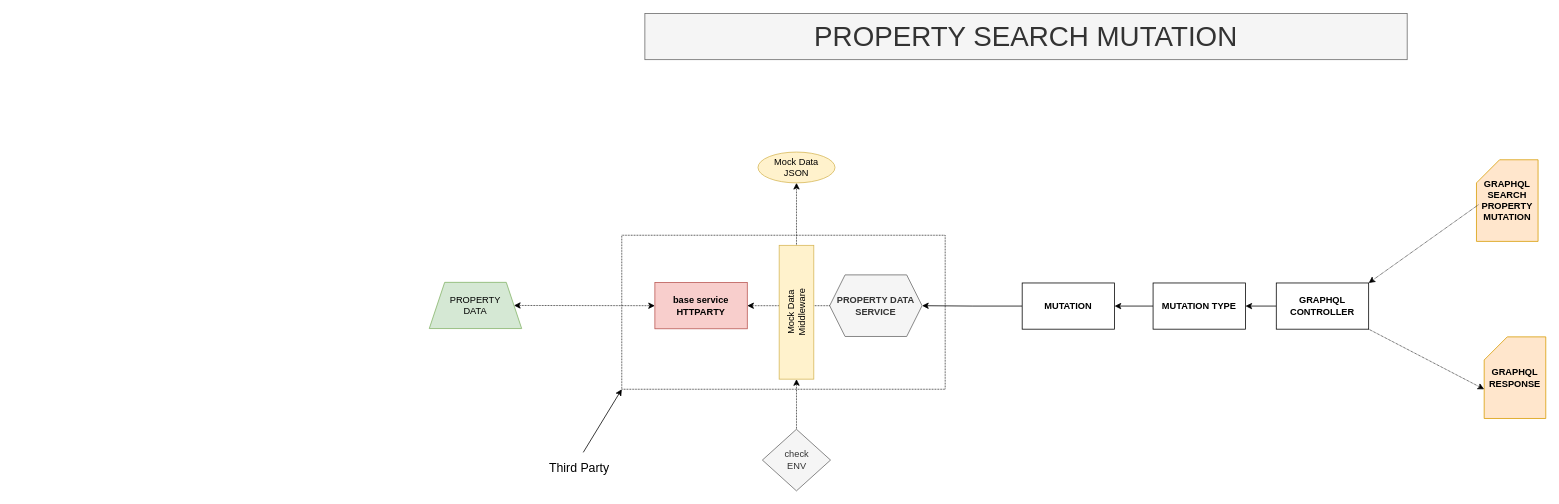
Before: page "Property Search Mock" (2 of 4) of devops/property-dealer.drawio in kingsley-ijomah/draw.io, a draw.io diagram. Source tidied: cells renumbered, new cells numbered last; positions are measured from the earlier drawing's top-left corner, leaving out a move shared by most shapes. Both pictures are drawn from the tidied source at 77%, with x=0, y=0 at pixel (429, 13).
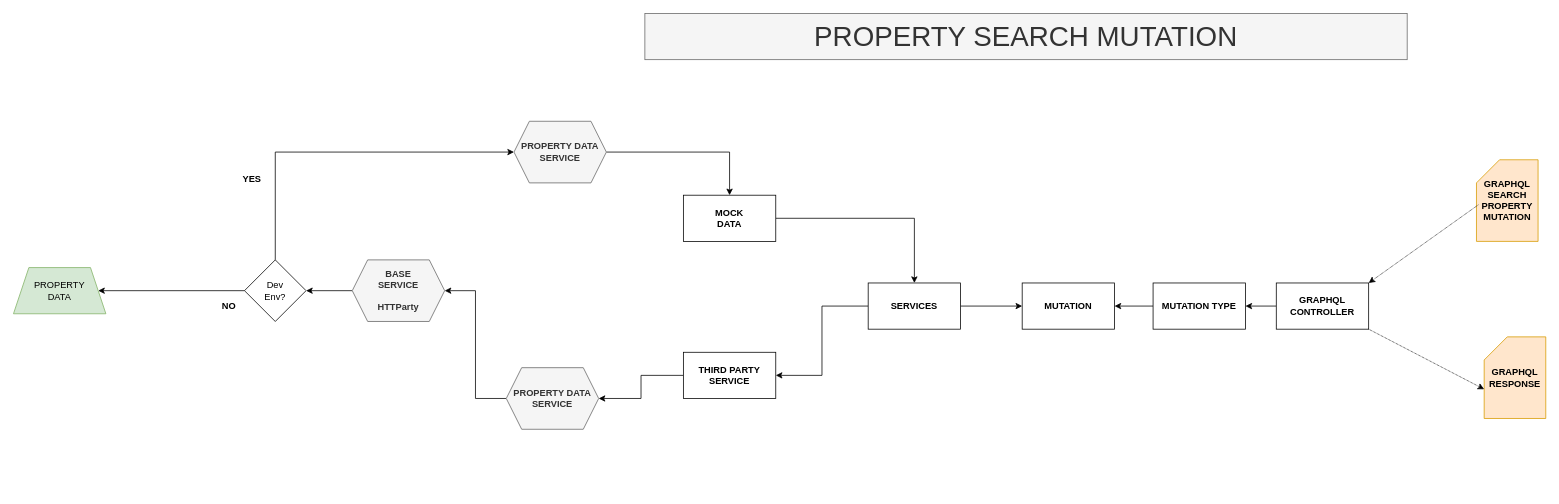
After the change.

The change refers to these unchanged cells:
```xml
<mxCell id="21" value="&lt;div&gt;&lt;b style=&quot;background-color: initial;&quot;&gt;MUTATION&lt;/b&gt;&lt;br&gt;&lt;/div&gt;" style="rounded=0;whiteSpace=wrap;html=1;" parent="1" vertex="1">
  <mxGeometry x="770" y="350" width="120" height="60" as="geometry" />
</mxCell>
```

Diff of the diagram source:
```diff
@@
     <mxCell id="2" value="PROPERTY&lt;div&gt;DATA&lt;/div&gt;" style="shape=trapezoid;perimeter=trapezoidPerimeter;whiteSpace=wrap;html=1;fixedSize=1;fillColor=#d5e8d4;strokeColor=#82b366;" parent="1" vertex="1">
-      <mxGeometry y="349.2" width="120" height="60" as="geometry" />
+      <mxGeometry x="-540" y="330" width="120" height="60" as="geometry" />
     </mxCell>
-    <mxCell id="3" value="&lt;div&gt;&lt;b&gt;base service&lt;/b&gt;&lt;/div&gt;&lt;b&gt;HTTPARTY&lt;/b&gt;" style="rounded=0;whiteSpace=wrap;html=1;fillColor=#f8cecc;strokeColor=#b85450;" parent="1" vertex="1">
-      <mxGeometry x="293" y="349.5" width="120" height="60" as="geometry" />
-    </mxCell>
-    <mxCell id="4" value="&lt;b&gt;PROPERTY DATA&lt;/b&gt;&lt;div&gt;&lt;b&gt;SERVICE&lt;/b&gt;&lt;/div&gt;" style="shape=hexagon;perimeter=hexagonPerimeter2;whiteSpace=wrap;html=1;fixedSize=1;fillColor=#f5f5f5;fontColor=#333333;strokeColor=#666666;" parent="1" vertex="1">
-      <mxGeometry x="520" y="339.5" width="120" height="80" as="geometry" />
-    </mxCell>
-    <mxCell id="5" style="endArrow=classic;html=1;rounded=0;exitX=0;exitY=0.5;exitDx=0;exitDy=0;entryX=1;entryY=0.5;entryDx=0;entryDy=0;dashed=1;dashPattern=1 1;" parent="1" edge="1" source="4" target="3">
-      <mxGeometry relative="1" as="geometry" />
-    </mxCell>
-    <mxCell id="6" style="edgeStyle=orthogonalEdgeStyle;rounded=0;jettySize=auto;html=1;entryX=0.5;entryY=1;entryDx=0;entryDy=0;dashed=1;dashPattern=1 1;" parent="1" edge="1" source="22" target="7">
-      <mxGeometry relative="1" as="geometry" />
-    </mxCell>
-    <mxCell id="7" value="Mock Data&lt;div&gt;JSON&lt;/div&gt;" style="ellipse;whiteSpace=wrap;html=1;align=center;newEdgeStyle={&quot;edgeStyle&quot;:&quot;entityRelationEdgeStyle&quot;,&quot;startArrow&quot;:&quot;none&quot;,&quot;endArrow&quot;:&quot;none&quot;,&quot;segment&quot;:10,&quot;curved&quot;:1,&quot;sourcePerimeterSpacing&quot;:0,&quot;targetPerimeterSpacing&quot;:0};fillColor=#fff2cc;strokeColor=#d6b656;" parent="1" vertex="1">
-      <mxGeometry x="426.9" y="180" width="100" height="40" as="geometry" />
-    </mxCell>
-    <mxCell id="8" style="edgeStyle=orthogonalEdgeStyle;rounded=0;jettySize=auto;html=1;entryX=0;entryY=0.5;entryDx=0;entryDy=0;dashed=1;dashPattern=1 1;" parent="1" edge="1" source="9" target="22">
-      <mxGeometry relative="1" as="geometry" />
-    </mxCell>
-    <mxCell id="9" value="check&lt;div&gt;ENV&lt;/div&gt;" style="rhombus;whiteSpace=wrap;html=1;fillColor=#f5f5f5;strokeColor=#666666;fontColor=#333333;" parent="1" vertex="1">
-      <mxGeometry x="432.6" y="540" width="88.5" height="80" as="geometry" />
-    </mxCell>
-    <mxCell id="10" style="endArrow=classic;startArrow=classic;html=1;rounded=0;exitX=1;exitY=0.5;exitDx=0;exitDy=0;entryX=0;entryY=0.5;entryDx=0;entryDy=0;dashed=1;dashPattern=1 1;" parent="1" edge="1" source="2" target="3">
-      <mxGeometry relative="1" as="geometry" />
-    </mxCell>
@@
-    <mxCell id="20" style="edgeStyle=orthogonalEdgeStyle;rounded=0;jettySize=auto;html=1;entryX=1;entryY=0.5;entryDx=0;entryDy=0;" parent="1" edge="1" source="21" target="4">
-      <mxGeometry relative="1" as="geometry" />
-    </mxCell>
@@
-    <mxCell id="22" value="Mock Data&lt;div&gt;Middleware&lt;/div&gt;" style="rounded=0;whiteSpace=wrap;html=1;rotation=-90;fillColor=#fff2cc;strokeColor=#d6b656;" parent="1" vertex="1">
-      <mxGeometry x="390" y="365.5" width="173.8" height="45" as="geometry" />
-    </mxCell>
@@
-    <mxCell id="24" style="rounded=0;whiteSpace=wrap;html=1;fillColor=none;dashed=1;dashPattern=1 1;" parent="1" vertex="1">
-      <mxGeometry x="250" y="288" width="420" height="200" as="geometry" />
-    </mxCell>
-    <mxCell id="25" style="endArrow=classic;html=1;rounded=0;entryX=0;entryY=1;entryDx=0;entryDy=0;" parent="1" edge="1" target="24">
-      <mxGeometry relative="1" as="geometry">
-        <mxPoint x="200" y="570" as="sourcePoint" />
-      </mxGeometry>
-    </mxCell>
-    <mxCell id="26" value="&lt;font style=&quot;font-size: 16px;&quot;&gt;Third Party&lt;/font&gt;" style="text;html=1;align=center;verticalAlign=middle;whiteSpace=wrap;rounded=0;" parent="1" vertex="1">
-      <mxGeometry x="140" y="570" width="110" height="40" as="geometry" />
-    </mxCell>
+    <mxCell id="27" style="edgeStyle=orthogonalEdgeStyle;rounded=0;jettySize=auto;html=1;entryX=0;entryY=0.5;entryDx=0;entryDy=0;" parent="1" edge="1" source="29" target="21">
+      <mxGeometry relative="1" as="geometry" />
+    </mxCell>
+    <mxCell id="28" style="edgeStyle=orthogonalEdgeStyle;rounded=0;jettySize=auto;html=1;entryX=1;entryY=0.5;entryDx=0;entryDy=0;" parent="1" edge="1" source="29" target="31">
+      <mxGeometry relative="1" as="geometry" />
+    </mxCell>
+    <mxCell id="29" value="&lt;div&gt;&lt;b style=&quot;background-color: initial;&quot;&gt;SERVICES&lt;/b&gt;&lt;br&gt;&lt;/div&gt;" style="rounded=0;whiteSpace=wrap;html=1;" parent="1" vertex="1">
+      <mxGeometry x="570" y="350" width="120" height="60" as="geometry" />
+    </mxCell>
+    <mxCell id="30" style="edgeStyle=orthogonalEdgeStyle;rounded=0;jettySize=auto;html=1;entryX=1;entryY=0.5;entryDx=0;entryDy=0;" parent="1" edge="1" source="31" target="33">
+      <mxGeometry relative="1" as="geometry" />
+    </mxCell>
+    <mxCell id="31" value="&lt;div&gt;&lt;b style=&quot;background-color: initial;&quot;&gt;THIRD PARTY&lt;/b&gt;&lt;br&gt;&lt;/div&gt;&lt;div&gt;&lt;b style=&quot;background-color: initial;&quot;&gt;SERVICE&lt;/b&gt;&lt;/div&gt;" style="rounded=0;whiteSpace=wrap;html=1;" parent="1" vertex="1">
+      <mxGeometry x="330" y="440" width="120" height="60" as="geometry" />
+    </mxCell>
+    <mxCell id="32" style="edgeStyle=orthogonalEdgeStyle;rounded=0;jettySize=auto;html=1;entryX=1;entryY=0.5;entryDx=0;entryDy=0;" parent="1" edge="1" source="33" target="35">
+      <mxGeometry relative="1" as="geometry" />
+    </mxCell>
+    <mxCell id="33" value="&lt;b&gt;PROPERTY DATA&lt;/b&gt;&lt;div&gt;&lt;b&gt;SERVICE&lt;/b&gt;&lt;/div&gt;" style="shape=hexagon;perimeter=hexagonPerimeter2;whiteSpace=wrap;html=1;fixedSize=1;fillColor=#f5f5f5;fontColor=#333333;strokeColor=#666666;" parent="1" vertex="1">
+      <mxGeometry x="100" y="460" width="120" height="80" as="geometry" />
+    </mxCell>
+    <mxCell id="34" style="edgeStyle=orthogonalEdgeStyle;rounded=0;jettySize=auto;html=1;" parent="1" edge="1" source="35" target="37">
+      <mxGeometry relative="1" as="geometry" />
+    </mxCell>
+    <mxCell id="35" value="&lt;b&gt;BASE&lt;/b&gt;&lt;br&gt;&lt;div&gt;&lt;b&gt;SERVICE&lt;/b&gt;&lt;/div&gt;&lt;div&gt;&lt;b&gt;&lt;br&gt;&lt;/b&gt;&lt;/div&gt;&lt;div&gt;&lt;b&gt;HTTParty&lt;/b&gt;&lt;/div&gt;" style="shape=hexagon;perimeter=hexagonPerimeter2;whiteSpace=wrap;html=1;fixedSize=1;fillColor=#f5f5f5;fontColor=#333333;strokeColor=#666666;" parent="1" vertex="1">
+      <mxGeometry x="-100" y="320" width="120" height="80" as="geometry" />
+    </mxCell>
+    <mxCell id="36" style="edgeStyle=orthogonalEdgeStyle;rounded=0;jettySize=auto;html=1;entryX=1;entryY=0.5;entryDx=0;entryDy=0;" parent="1" edge="1" source="37" target="2">
+      <mxGeometry relative="1" as="geometry" />
+    </mxCell>
+    <mxCell id="37" value="Dev&lt;div&gt;Env?&lt;/div&gt;" style="rhombus;whiteSpace=wrap;html=1;" parent="1" vertex="1">
+      <mxGeometry x="-240" y="320" width="80" height="80" as="geometry" />
+    </mxCell>
+    <mxCell id="38" value="YES" style="text;html=1;align=center;verticalAlign=middle;whiteSpace=wrap;rounded=0;fontStyle=1;" parent="1" vertex="1">
+      <mxGeometry x="-260" y="200" width="60" height="30" as="geometry" />
+    </mxCell>
+    <mxCell id="39" value="NO" style="text;html=1;align=center;verticalAlign=middle;whiteSpace=wrap;rounded=0;fontStyle=1;" parent="1" vertex="1">
+      <mxGeometry x="-290" y="365" width="60" height="30" as="geometry" />
+    </mxCell>
+    <mxCell id="40" style="edgeStyle=orthogonalEdgeStyle;rounded=0;jettySize=auto;html=1;entryX=0.5;entryY=0;entryDx=0;entryDy=0;" parent="1" edge="1" source="41" target="29">
+      <mxGeometry relative="1" as="geometry" />
+    </mxCell>
+    <mxCell id="41" value="&lt;div&gt;&lt;b&gt;MOCK&lt;/b&gt;&lt;/div&gt;&lt;div&gt;&lt;b&gt;DATA&lt;/b&gt;&lt;/div&gt;" style="rounded=0;whiteSpace=wrap;html=1;" parent="1" vertex="1">
+      <mxGeometry x="330" y="236" width="120" height="60" as="geometry" />
+    </mxCell>
+    <mxCell id="42" style="edgeStyle=orthogonalEdgeStyle;rounded=0;jettySize=auto;html=1;entryX=0.5;entryY=0;entryDx=0;entryDy=0;" parent="1" edge="1" source="43" target="41">
+      <mxGeometry relative="1" as="geometry" />
+    </mxCell>
+    <mxCell id="43" value="&lt;b&gt;PROPERTY DATA&lt;/b&gt;&lt;div&gt;&lt;b&gt;SERVICE&lt;/b&gt;&lt;/div&gt;" style="shape=hexagon;perimeter=hexagonPerimeter2;whiteSpace=wrap;html=1;fixedSize=1;fillColor=#f5f5f5;fontColor=#333333;strokeColor=#666666;" parent="1" vertex="1">
+      <mxGeometry x="110" y="140" width="120" height="80" as="geometry" />
+    </mxCell>
+    <mxCell id="44" style="endArrow=none;html=1;rounded=0;exitX=0.5;exitY=0;exitDx=0;exitDy=0;" parent="1" edge="1" source="37">
+      <mxGeometry relative="1" as="geometry">
+        <mxPoint x="-200" y="180" as="targetPoint" />
+      </mxGeometry>
+    </mxCell>
+    <mxCell id="45" style="endArrow=classic;html=1;rounded=0;entryX=0;entryY=0.5;entryDx=0;entryDy=0;" parent="1" edge="1" target="43">
+      <mxGeometry relative="1" as="geometry">
+        <mxPoint x="-200" y="180" as="sourcePoint" />
+      </mxGeometry>
+    </mxCell>
```
